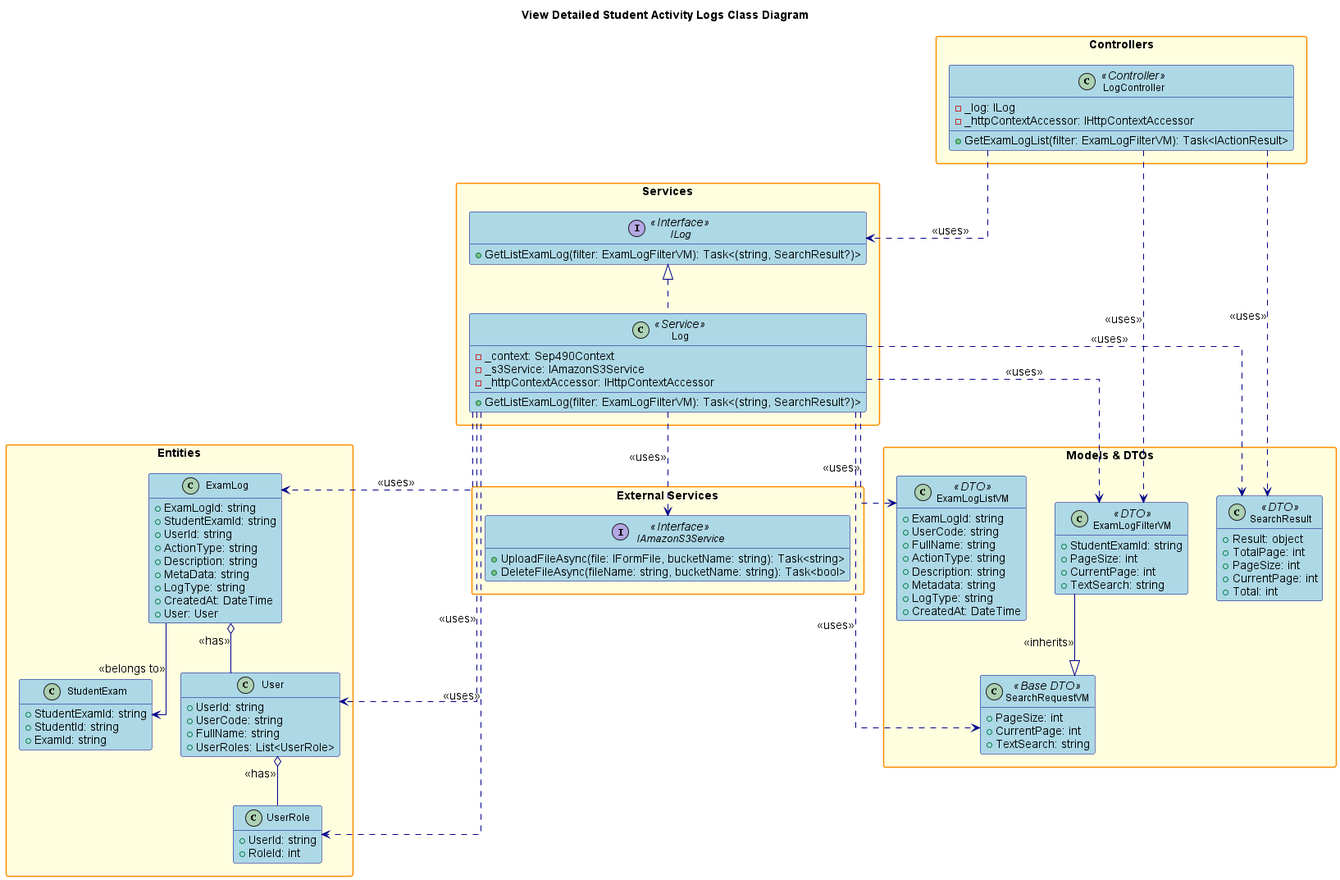
Above: design/out/viewdetailedstudentactivitylogs/viewdetailedstudentactivitylogs.png in conghoan1211/AI-Kiosk-Testing-system (PlantUML), before the change. Its diagram source:
```plantuml
@startuml

title View Detailed Student Activity Logs Class Diagram

hide empty members
skinparam packageStyle rectangle
skinparam linetype ortho
skinparam defaultFontSize 14
skinparam defaultFontName Arial
skinparam classFontSize 12
skinparam classFontName Arial
skinparam noteFontSize 11
skinparam noteFontName Arial

skinparam class {
    BackgroundColor LightBlue
    BorderColor DarkBlue
    ArrowColor DarkBlue
    FontSize 12
}

skinparam package {
    BackgroundColor LightYellow
    BorderColor DarkOrange
    FontSize 14
    FontStyle bold
}

skinparam interface {
    BackgroundColor LightGreen
    BorderColor DarkGreen
    FontSize 12
}

skinparam enum {
    BackgroundColor LightCyan
    BorderColor DarkCyan
    FontSize 12
}

package "Controllers" {
    class LogController <<Controller>> {
        - _log: ILog
        - _httpContextAccessor: IHttpContextAccessor
        + GetExamLogList(filter: ExamLogFilterVM): Task<IActionResult>
    }
}

package "Services" {
    interface ILog <<Interface>> {
        + GetListExamLog(filter: ExamLogFilterVM): Task<(string, SearchResult?)>
    }
    class Log <<Service>> {
        - _context: Sep490Context
        - _s3Service: IAmazonS3Service
        - _httpContextAccessor: IHttpContextAccessor
        + GetListExamLog(filter: ExamLogFilterVM): Task<(string, SearchResult?)>
    }
}

package "Models & DTOs" {
    class ExamLogFilterVM <<DTO>> {
        + StudentExamId: string
        + PageSize: int
        + CurrentPage: int
        + TextSearch: string
    }
    class SearchRequestVM <<Base DTO>> {
        + PageSize: int
        + CurrentPage: int
        + TextSearch: string
    }
    class ExamLogListVM <<DTO>> {
        + ExamLogId: string
        + UserCode: string
        + FullName: string
        + ActionType: string
        + Description: string
        + Metadata: string
        + LogType: string
        + CreatedAt: DateTime
    }
    class SearchResult <<DTO>> {
        + Result: object
        + TotalPage: int
        + PageSize: int
        + CurrentPage: int
        + Total: int
    }
}

package "Entities" {
    class ExamLog {
        + ExamLogId: string
        + StudentExamId: string
        + UserId: string
        + ActionType: string
        + Description: string
        + MetaData: string
        + LogType: string
        + CreatedAt: DateTime
        + User: User
    }
    class User {
        + UserId: string
        + UserCode: string
        + FullName: string
        + UserRoles: List<UserRole>
    }
    class UserRole {
        + UserId: string
        + RoleId: int
    }
    class StudentExam {
        + StudentExamId: string
        + StudentId: string
        + ExamId: string
    }
}

package "External Services" {
    interface IAmazonS3Service <<Interface>> {
        + UploadFileAsync(file: IFormFile, bucketName: string): Task<string>
        + DeleteFileAsync(fileName: string, bucketName: string): Task<bool>
    }
}

LogController ..> ILog : <<uses>>
LogController ..> ExamLogFilterVM : <<uses>>
LogController ..> SearchResult : <<uses>>

ILog <|.. Log
Log ..> ExamLog : <<uses>>
Log ..> User : <<uses>>
Log ..> UserRole : <<uses>>
Log ..> ExamLogFilterVM : <<uses>>
Log ..> SearchResult : <<uses>>
Log ..> ExamLogListVM : <<uses>>
Log ..> IAmazonS3Service : <<uses>>

ExamLogFilterVM --|> SearchRequestVM : <<inherits>>
Log ..> SearchRequestVM : <<uses>>

ExamLog o-- User : <<has>>
User o-- UserRole : <<has>>
ExamLog --> StudentExam : <<belongs to>>

@enduml
```
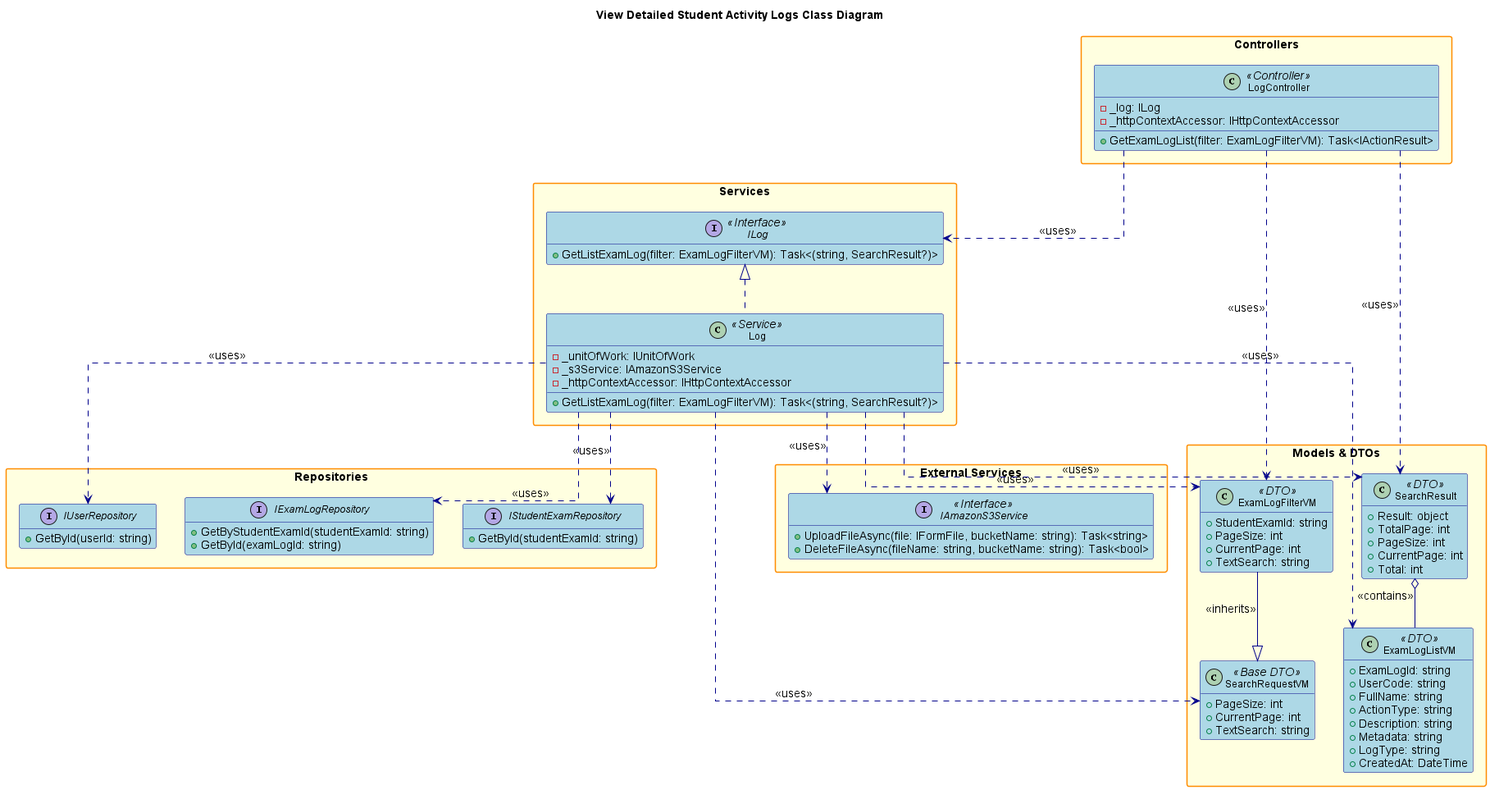
The same diagram one commit later.

What changed in the source:
```diff
@@ -51,10 +51,23 @@
         + GetListExamLog(filter: ExamLogFilterVM): Task<(string, SearchResult?)>
     }
     class Log <<Service>> {
-        - _context: Sep490Context
+        - _unitOfWork: IUnitOfWork
         - _s3Service: IAmazonS3Service
         - _httpContextAccessor: IHttpContextAccessor
         + GetListExamLog(filter: ExamLogFilterVM): Task<(string, SearchResult?)>
+    }
+}
+
+package "Repositories" {
+    interface IExamLogRepository {
+        + GetByStudentExamId(studentExamId: string)
+        + GetById(examLogId: string)
+    }
+    interface IUserRepository {
+        + GetById(userId: string)
+    }
+    interface IStudentExamRepository {
+        + GetById(studentExamId: string)
     }
 }
 
@@ -89,35 +102,6 @@
     }
 }
 
-package "Entities" {
-    class ExamLog {
-        + ExamLogId: string
-        + StudentExamId: string
-        + UserId: string
-        + ActionType: string
-        + Description: string
-        + MetaData: string
-        + LogType: string
-        + CreatedAt: DateTime
-        + User: User
-    }
-    class User {
-        + UserId: string
-        + UserCode: string
-        + FullName: string
-        + UserRoles: List<UserRole>
-    }
-    class UserRole {
-        + UserId: string
-        + RoleId: int
-    }
-    class StudentExam {
-        + StudentExamId: string
-        + StudentId: string
-        + ExamId: string
-    }
-}
-
 package "External Services" {
     interface IAmazonS3Service <<Interface>> {
         + UploadFileAsync(file: IFormFile, bucketName: string): Task<string>
@@ -130,9 +114,9 @@
 LogController ..> SearchResult : <<uses>>
 
 ILog <|.. Log
-Log ..> ExamLog : <<uses>>
-Log ..> User : <<uses>>
-Log ..> UserRole : <<uses>>
+Log ..> IExamLogRepository : <<uses>>
+Log ..> IUserRepository : <<uses>>
+Log ..> IStudentExamRepository : <<uses>>
 Log ..> ExamLogFilterVM : <<uses>>
 Log ..> SearchResult : <<uses>>
 Log ..> ExamLogListVM : <<uses>>
@@ -141,8 +125,6 @@
 ExamLogFilterVM --|> SearchRequestVM : <<inherits>>
 Log ..> SearchRequestVM : <<uses>>
 
-ExamLog o-- User : <<has>>
-User o-- UserRole : <<has>>
-ExamLog --> StudentExam : <<belongs to>>
+SearchResult o-- ExamLogListVM : <<contains>>
 
 @enduml
```
